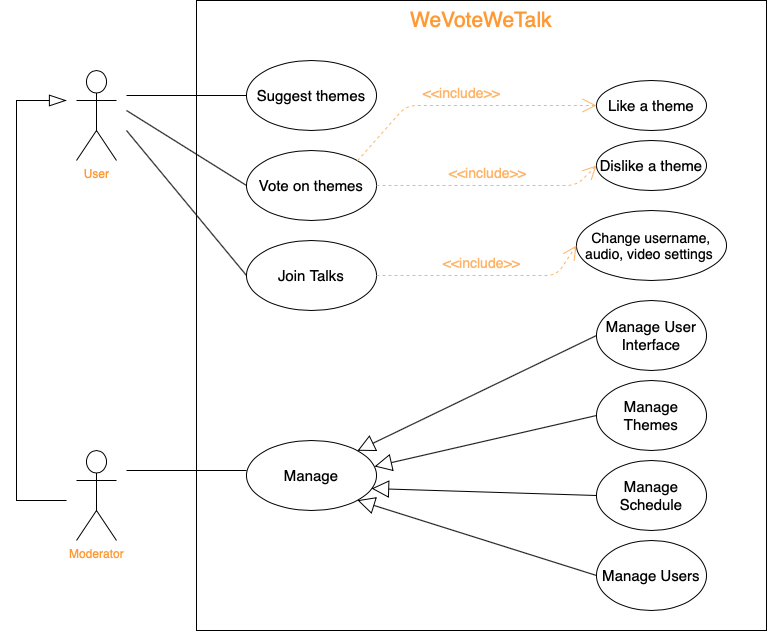
FEUP-ESOF-2020-21/open-cx-t5g1-wevotewetalk keeps this draw.io diagram as docs/use-cases-diagram.png. Above is the earlier version. Source tidied: cells renumbered, new cells last; positions are measured from the earlier drawing's top-left corner, leaving out a move shared by most shapes.
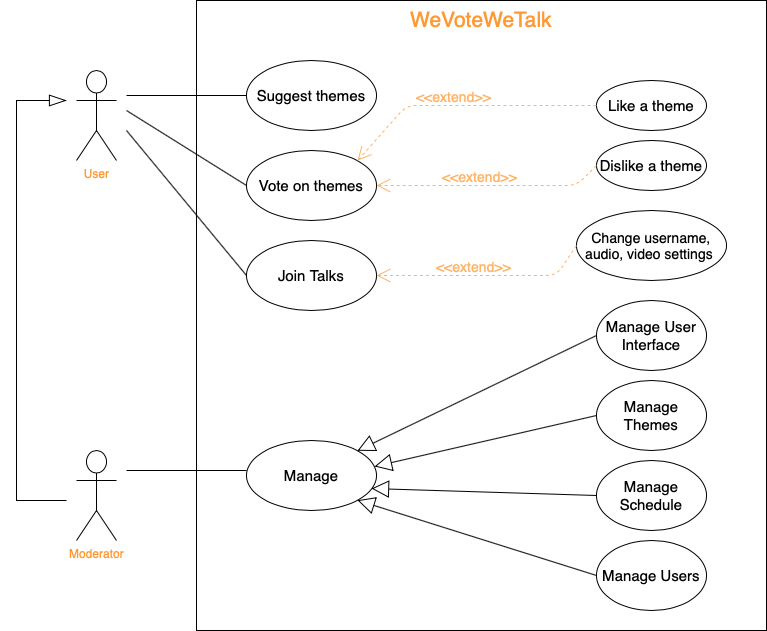
Above is the later version.

Commit message:
Updated diagram and started describing each use case

Change to the diagram source:
```diff
@@ -85,14 +85,14 @@
     <mxCell id="23" value="Change username, audio, video settings&amp;nbsp;" style="ellipse;whiteSpace=wrap;html=1;fontSize=14;labelPosition=center;verticalLabelPosition=middle;align=center;verticalAlign=middle;" parent="1" vertex="1">
       <mxGeometry x="560" y="210" width="150" height="70" as="geometry" />
     </mxCell>
-    <mxCell id="24" style="endArrow=open;dashed=1;html=1;strokeWidth=1;fontSize=14;strokeColor=#FFB366;exitX=1;exitY=0.5;exitDx=0;exitDy=0;entryX=0;entryY=0.5;entryDx=0;entryDy=0;endFill=0;endSize=12;" parent="1" edge="1" source="8" target="23">
+    <mxCell id="24" style="endArrow=open;dashed=1;html=1;strokeWidth=1;fontSize=14;strokeColor=#FFB366;exitX=0;exitY=0.5;exitDx=0;exitDy=0;endFill=0;endSize=12;entryX=1;entryY=0.5;entryDx=0;entryDy=0;" parent="1" edge="1" source="23" target="8">
       <mxGeometry relative="1" as="geometry">
         <Array as="points">
           <mxPoint x="540" y="275" />
         </Array>
       </mxGeometry>
     </mxCell>
-    <mxCell id="25" value="&amp;lt;&amp;lt;include&amp;gt;&amp;gt;" style="edgeLabel;html=1;align=center;verticalAlign=middle;fontSize=14;fontColor=#FFB366;" parent="24" vertex="1">
+    <mxCell id="25" value="&amp;lt;&amp;lt;extend&amp;gt;&amp;gt;" style="edgeLabel;html=1;align=center;verticalAlign=middle;fontSize=14;fontColor=#FFB366;" parent="24" vertex="1">
       <mxGeometry x="0.03" y="2" relative="1" as="geometry">
         <mxPoint x="-7.7" y="-11.8" as="offset" />
       </mxGeometry>
@@ -103,26 +103,26 @@
     <mxCell id="27" value="Dislike a theme" style="ellipse;whiteSpace=wrap;html=1;fontSize=15;" parent="1" vertex="1">
       <mxGeometry x="580" y="140" width="110" height="50" as="geometry" />
     </mxCell>
-    <mxCell id="28" style="endArrow=open;dashed=1;html=1;strokeWidth=1;fontSize=14;strokeColor=#FFB366;entryX=0;entryY=0.5;entryDx=0;entryDy=0;endFill=0;endSize=12;exitX=1;exitY=0;exitDx=0;exitDy=0;" parent="1" edge="1" source="7" target="26">
+    <mxCell id="28" style="endArrow=open;dashed=1;html=1;strokeWidth=1;fontSize=14;strokeColor=#FFB366;entryX=1;entryY=0;entryDx=0;entryDy=0;endFill=0;endSize=12;exitX=0;exitY=0.5;exitDx=0;exitDy=0;" parent="1" edge="1" source="26" target="7">
       <mxGeometry relative="1" as="geometry">
         <Array as="points">
           <mxPoint x="390" y="105" />
         </Array>
       </mxGeometry>
     </mxCell>
-    <mxCell id="29" value="&amp;lt;&amp;lt;include&amp;gt;&amp;gt;" style="edgeLabel;html=1;align=center;verticalAlign=middle;fontSize=14;fontColor=#FFB366;" parent="28" vertex="1">
+    <mxCell id="29" value="&amp;lt;&amp;lt;extend&amp;gt;&amp;gt;" style="edgeLabel;html=1;align=center;verticalAlign=middle;fontSize=14;fontColor=#FFB366;" parent="28" vertex="1">
       <mxGeometry x="0.03" y="2" relative="1" as="geometry">
         <mxPoint x="-7.7" y="-11.8" as="offset" />
       </mxGeometry>
     </mxCell>
-    <mxCell id="30" style="endArrow=open;dashed=1;html=1;strokeWidth=1;fontSize=14;strokeColor=#FFB366;exitX=1;exitY=0.5;exitDx=0;exitDy=0;entryX=0;entryY=0.5;entryDx=0;entryDy=0;endFill=0;endSize=12;" parent="1" edge="1" source="7" target="27">
+    <mxCell id="30" style="endArrow=open;dashed=1;html=1;strokeWidth=1;fontSize=14;strokeColor=#FFB366;exitX=0;exitY=0.5;exitDx=0;exitDy=0;entryX=1;entryY=0.5;entryDx=0;entryDy=0;endFill=0;endSize=12;" parent="1" edge="1" source="27" target="7">
       <mxGeometry relative="1" as="geometry">
         <Array as="points">
           <mxPoint x="560" y="185" />
         </Array>
       </mxGeometry>
     </mxCell>
-    <mxCell id="31" value="&amp;lt;&amp;lt;include&amp;gt;&amp;gt;" style="edgeLabel;html=1;align=center;verticalAlign=middle;fontSize=14;fontColor=#FFB366;" parent="30" vertex="1">
+    <mxCell id="31" value="&amp;lt;&amp;lt;extend&amp;gt;&amp;gt;" style="edgeLabel;html=1;align=center;verticalAlign=middle;fontSize=14;fontColor=#FFB366;" parent="30" vertex="1">
       <mxGeometry x="0.03" y="2" relative="1" as="geometry">
         <mxPoint x="-7.7" y="-11.8" as="offset" />
       </mxGeometry>
```
